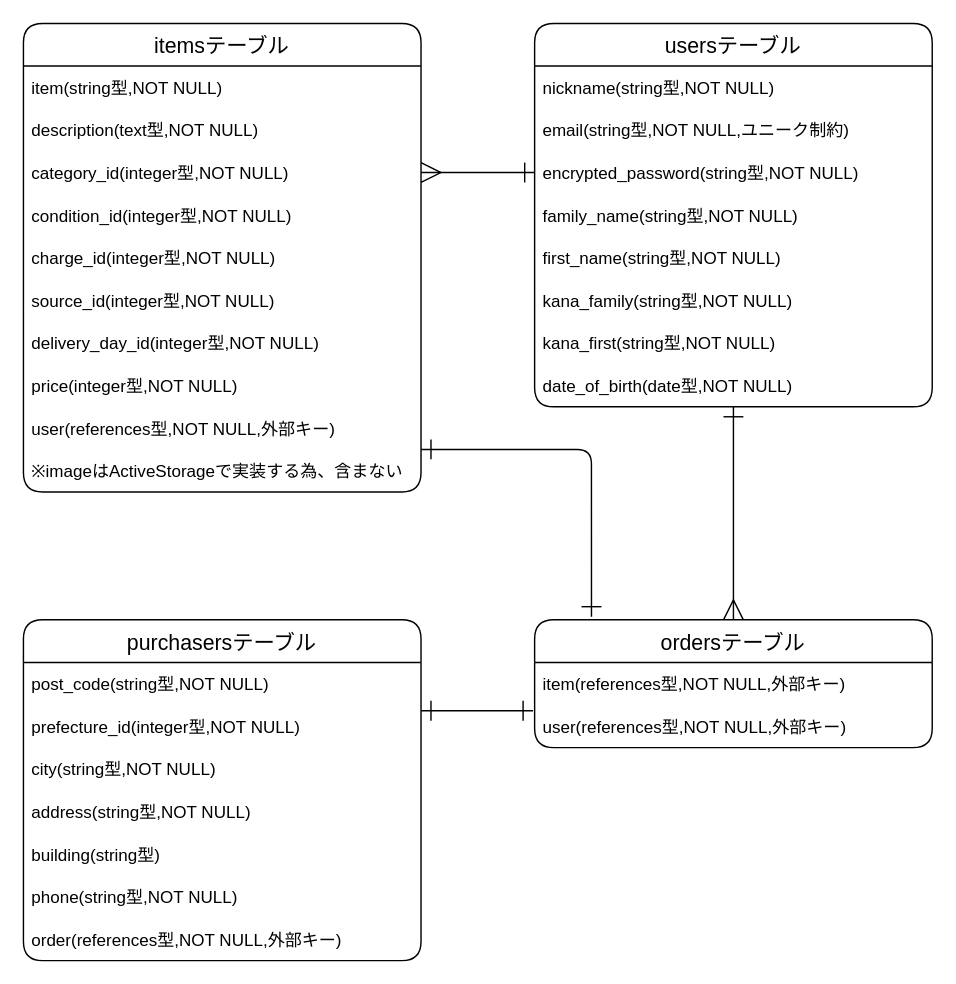
Above: table.dio in chaitealattelatte/furima-37673 (draw.io), before the change. Source tidied: cells renumbered, new cells numbered last; positions are measured from the earlier drawing's top-left corner, leaving out a move shared by most shapes. Both pictures are drawn from the tidied source at 142%, with x=0, y=0 at pixel (23, 23).
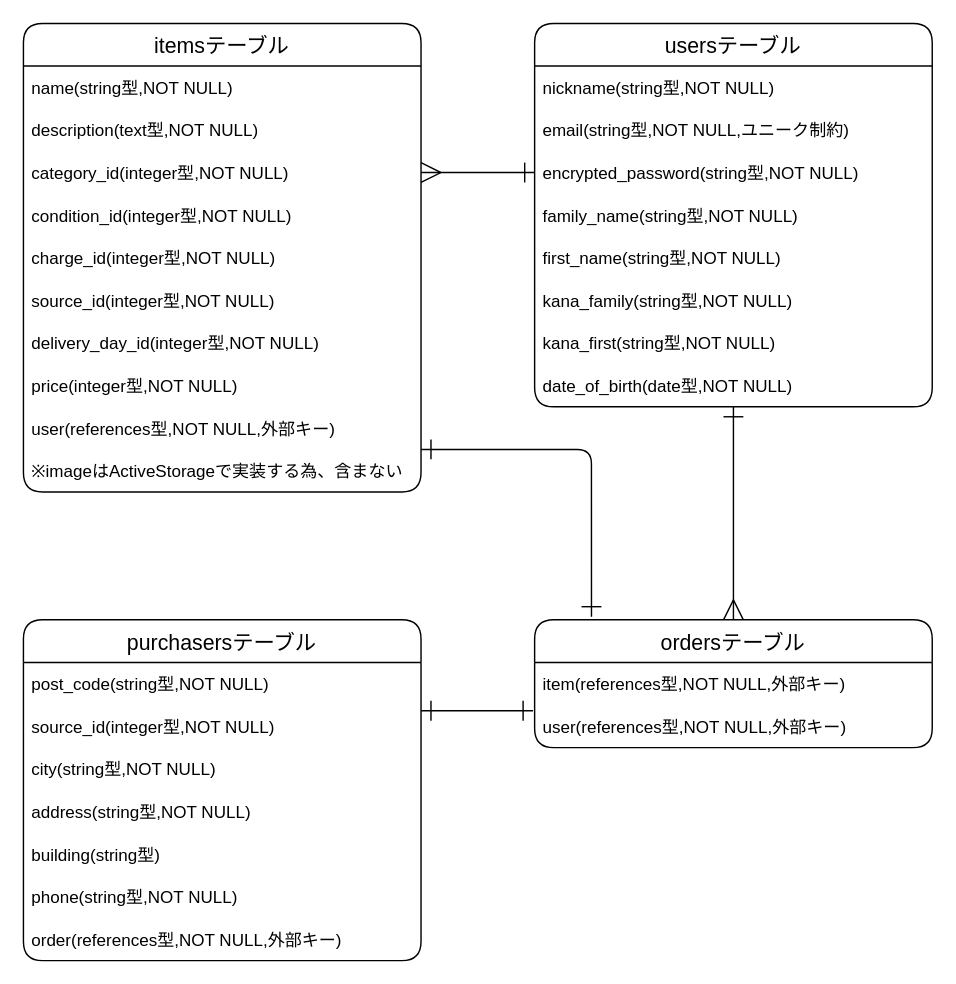
After the change.

Commit message (it also covers changes not shown here):
データベース設計の訂正②

The change refers to these unchanged cells:
```xml
<mxCell id="2" value="itemsテーブル" style="swimlane;fontStyle=0;horizontal=1;startSize=30;rounded=1;fontSize=15;" parent="1" vertex="1">
  <mxGeometry width="280" height="330" as="geometry" />
</mxCell>
<mxCell id="27" value="purchasersテーブル" style="swimlane;fontStyle=0;horizontal=1;startSize=30;rounded=1;fontSize=15;" parent="1" vertex="1">
  <mxGeometry y="420" width="280" height="240" as="geometry" />
</mxCell>
```

What changed in the source:
```diff
@@
-    <mxCell id="3" value="item(string型,NOT NULL)" style="text;strokeColor=none;fillColor=none;align=left;verticalAlign=middle;spacingLeft=4;spacingRight=4;overflow=hidden;rounded=1;" parent="2" vertex="1">
+    <mxCell id="3" value="name(string型,NOT NULL)" style="text;strokeColor=none;fillColor=none;align=left;verticalAlign=middle;spacingLeft=4;spacingRight=4;overflow=hidden;rounded=1;" parent="2" vertex="1">
       <mxGeometry y="30" width="280" height="30" as="geometry" />
     </mxCell>
@@
-    <mxCell id="29" value="prefecture_id(integer型,NOT NULL)" style="text;strokeColor=none;fillColor=none;align=left;verticalAlign=middle;spacingLeft=4;spacingRight=4;overflow=hidden;rounded=1;" parent="27" vertex="1">
+    <mxCell id="29" value="source_id(integer型,NOT NULL)" style="text;strokeColor=none;fillColor=none;align=left;verticalAlign=middle;spacingLeft=4;spacingRight=4;overflow=hidden;rounded=1;" parent="27" vertex="1">
       <mxGeometry y="60" width="280" height="30" as="geometry" />
     </mxCell>
```
